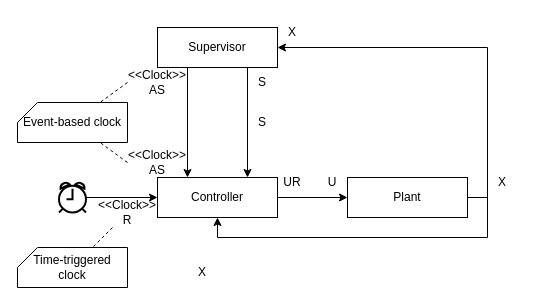
modelica/Reference-FMUs keeps this draw.io diagram as examples/synchronous_control_me_scenario.drawio. Above is the earlier version. Source tidied: cells renumbered, new cells numbered last; positions are measured from the earlier drawing's top-left corner, leaving out a move shared by most shapes. Both pictures are drawn from the tidied source at 100%, with x=0, y=0 at pixel (17, 17).
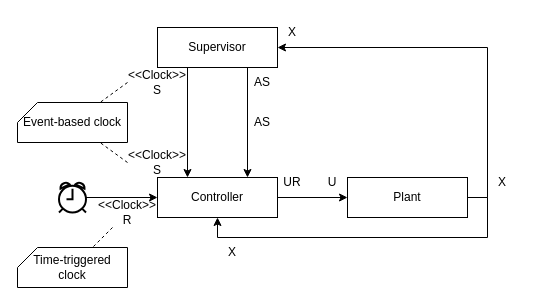
After the change.

Commit message (it also covers changes not shown here):
Correct typo in synchronous clock scenario example.

Change to the diagram source:
```diff
@@
-    <mxCell id="8" value="&amp;lt;&amp;lt;Clock&amp;gt;&amp;gt; AS" style="text;html=1;strokeColor=none;fillColor=none;align=center;verticalAlign=middle;whiteSpace=wrap;rounded=0;" parent="1" vertex="1">
+    <mxCell id="8" value="&amp;lt;&amp;lt;Clock&amp;gt;&amp;gt; S" style="text;html=1;strokeColor=none;fillColor=none;align=center;verticalAlign=middle;whiteSpace=wrap;rounded=0;" parent="1" vertex="1">
       <mxGeometry x="110" y="50" width="60" height="30" as="geometry" />
     </mxCell>
-    <mxCell id="9" value="&amp;lt;&amp;lt;Clock&amp;gt;&amp;gt; AS" style="text;html=1;strokeColor=none;fillColor=none;align=center;verticalAlign=middle;whiteSpace=wrap;rounded=0;" parent="1" vertex="1">
+    <mxCell id="9" value="&amp;lt;&amp;lt;Clock&amp;gt;&amp;gt; S" style="text;html=1;strokeColor=none;fillColor=none;align=center;verticalAlign=middle;whiteSpace=wrap;rounded=0;" parent="1" vertex="1">
       <mxGeometry x="110" y="130" width="60" height="30" as="geometry" />
     </mxCell>
-    <mxCell id="10" value="S" style="text;html=1;strokeColor=none;fillColor=none;align=center;verticalAlign=middle;whiteSpace=wrap;rounded=0;" parent="1" vertex="1">
+    <mxCell id="10" value="AS" style="text;html=1;strokeColor=none;fillColor=none;align=center;verticalAlign=middle;whiteSpace=wrap;rounded=0;" parent="1" vertex="1">
       <mxGeometry x="230" y="50" width="30" height="30" as="geometry" />
     </mxCell>
-    <mxCell id="11" value="S" style="text;html=1;strokeColor=none;fillColor=none;align=center;verticalAlign=middle;whiteSpace=wrap;rounded=0;" parent="1" vertex="1">
+    <mxCell id="11" value="AS" style="text;html=1;strokeColor=none;fillColor=none;align=center;verticalAlign=middle;whiteSpace=wrap;rounded=0;" parent="1" vertex="1">
       <mxGeometry x="230" y="90" width="30" height="30" as="geometry" />
     </mxCell>
@@
     <mxCell id="20" value="X" style="text;html=1;strokeColor=none;fillColor=none;align=center;verticalAlign=middle;whiteSpace=wrap;rounded=0;" parent="1" vertex="1">
-      <mxGeometry x="170" y="240" width="30" height="30" as="geometry" />
+      <mxGeometry x="200" y="220" width="30" height="30" as="geometry" />
     </mxCell>
```
